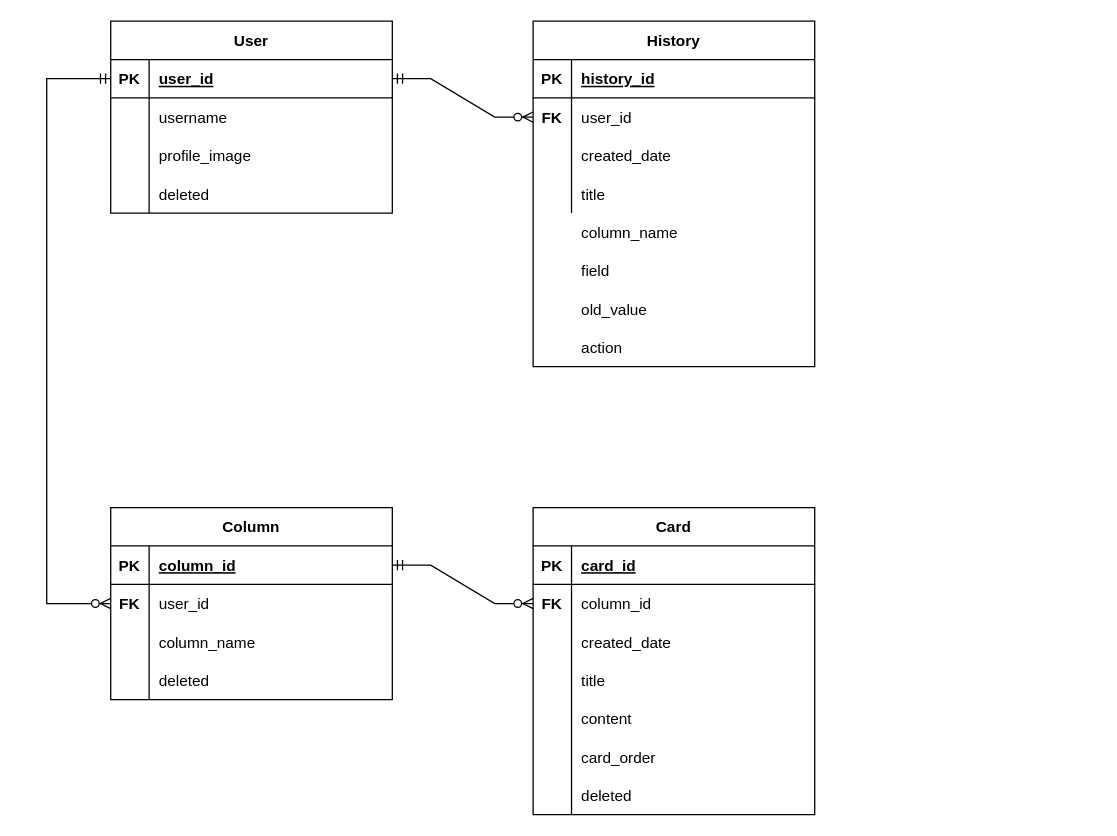
codesquad-members-2022/todo-list keeps this draw.io diagram as page "Schema" (2 of 2) of backend/diagram.drawio. Above is the earlier version. Source tidied: cells renumbered, new cells numbered last; positions are measured from the earlier drawing's top-left corner, leaving out a move shared by most shapes. Both pictures are drawn from the tidied source at 128%, with x=0, y=0 at pixel (46, 20).
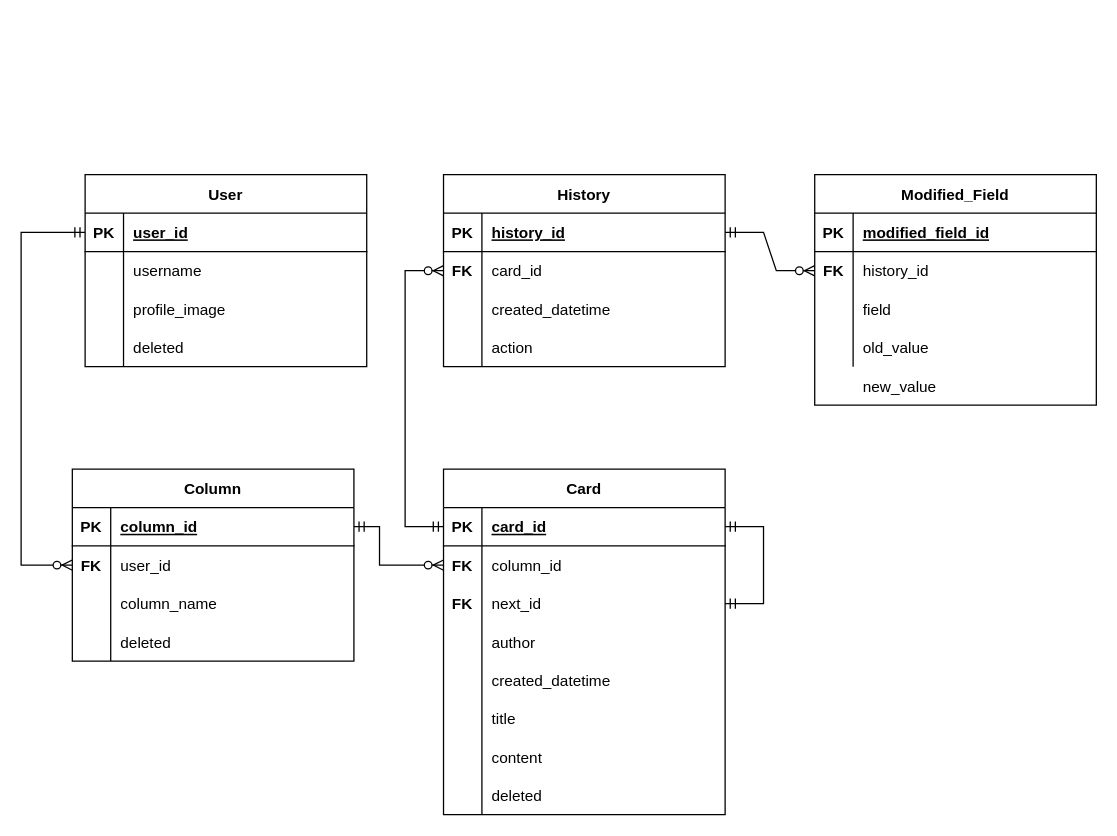
The same page after the edit.

The change refers to these unchanged cells:
```xml
<mxCell id="3" style="shape=tableRow;horizontal=0;startSize=0;swimlaneHead=0;swimlaneBody=0;fillColor=none;points=[[0,0.5],[1,0.5]];portConstraint=eastwest;top=0;left=0;right=0;bottom=1;" parent="2" vertex="1">
  <mxGeometry y="30" width="220" height="30" as="geometry" />
</mxCell>
<mxCell id="16" style="shape=tableRow;horizontal=0;startSize=0;swimlaneHead=0;swimlaneBody=0;fillColor=none;points=[[0,0.5],[1,0.5]];portConstraint=eastwest;top=0;left=0;right=0;bottom=1;" parent="15" vertex="1">
  <mxGeometry y="30" width="220" height="30" as="geometry" />
</mxCell>
<mxCell id="19" style="shape=tableRow;horizontal=0;startSize=0;swimlaneHead=0;swimlaneBody=0;fillColor=none;points=[[0,0.5],[1,0.5]];portConstraint=eastwest;top=0;left=0;right=0;bottom=0;" parent="15" vertex="1">
  <mxGeometry y="60" width="220" height="30" as="geometry" />
</mxCell>
<mxCell id="22" style="shape=tableRow;horizontal=0;startSize=0;swimlaneHead=0;swimlaneBody=0;fillColor=none;top=0;left=0;right=0;bottom=0;" parent="15" vertex="1">
  <mxGeometry y="90" width="220" height="30" as="geometry" />
</mxCell>
<mxCell id="25" style="shape=tableRow;horizontal=0;startSize=0;swimlaneHead=0;swimlaneBody=0;fillColor=none;top=0;left=0;right=0;bottom=0;" parent="15" vertex="1">
  <mxGeometry y="120" width="220" height="30" as="geometry" />
</mxCell>
<mxCell id="31" style="shape=tableRow;horizontal=0;startSize=0;swimlaneHead=0;swimlaneBody=0;fillColor=none;points=[[0,0.5],[1,0.5]];portConstraint=eastwest;top=0;left=0;right=0;bottom=1;" parent="30" vertex="1">
  <mxGeometry y="30" width="220" height="30" as="geometry" />
</mxCell>
<mxCell id="34" style="shape=tableRow;horizontal=0;startSize=0;swimlaneHead=0;swimlaneBody=0;fillColor=none;points=[[0,0.5],[1,0.5]];portConstraint=eastwest;top=0;left=0;right=0;bottom=0;" parent="30" vertex="1">
  <mxGeometry y="60" width="220" height="30" as="geometry" />
</mxCell>
<mxCell id="44" style="shape=tableRow;horizontal=0;startSize=0;swimlaneHead=0;swimlaneBody=0;fillColor=none;points=[[0,0.5],[1,0.5]];portConstraint=eastwest;top=0;left=0;right=0;bottom=1;" parent="43" vertex="1">
  <mxGeometry y="30" width="220" height="30" as="geometry" />
</mxCell>
<mxCell id="47" style="shape=tableRow;horizontal=0;startSize=0;swimlaneHead=0;swimlaneBody=0;fillColor=none;points=[[0,0.5],[1,0.5]];portConstraint=eastwest;top=0;left=0;right=0;bottom=0;" parent="43" vertex="1">
  <mxGeometry y="60" width="220" height="30" as="geometry" />
</mxCell>
<mxCell id="50" style="shape=tableRow;horizontal=0;startSize=0;swimlaneHead=0;swimlaneBody=0;fillColor=none;points=[[0,0.5],[1,0.5]];portConstraint=eastwest;top=0;left=0;right=0;bottom=0;" parent="43" vertex="1">
  <mxGeometry y="90" width="220" height="30" as="geometry" />
</mxCell>
<mxCell id="53" style="shape=tableRow;horizontal=0;startSize=0;swimlaneHead=0;swimlaneBody=0;fillColor=none;top=0;left=0;right=0;bottom=0;" parent="43" vertex="1">
  <mxGeometry y="120" width="220" height="30" as="geometry" />
</mxCell>
<mxCell id="56" style="shape=tableRow;horizontal=0;startSize=0;swimlaneHead=0;swimlaneBody=0;fillColor=none;top=0;left=0;right=0;bottom=0;" parent="43" vertex="1">
  <mxGeometry y="150" width="220" height="30" as="geometry" />
</mxCell>
<mxCell id="59" style="shape=tableRow;horizontal=0;startSize=0;swimlaneHead=0;swimlaneBody=0;fillColor=none;top=0;left=0;right=0;bottom=0;" parent="43" vertex="1">
  <mxGeometry y="180" width="220" height="30" as="geometry" />
</mxCell>
<mxCell id="62" style="shape=tableRow;horizontal=0;startSize=0;swimlaneHead=0;swimlaneBody=0;fillColor=none;top=0;left=0;right=0;bottom=0;" parent="43" vertex="1">
  <mxGeometry y="210" width="220" height="30" as="geometry" />
</mxCell>
```

Change to the diagram source:
```diff
@@
     <mxCell id="2" value="User" style="shape=table;startSize=30;childLayout=tableLayout;rowLines=0;fontStyle=1;align=center;" parent="1" vertex="1">
-      <mxGeometry x="50" width="220" height="150" as="geometry" />
+      <mxGeometry x="30" y="120" width="220" height="150" as="geometry" />
     </mxCell>
@@
     <mxCell id="15" value="History" style="shape=table;startSize=30;childLayout=tableLayout;rowLines=0;fontStyle=1;align=center;" parent="1" vertex="1">
-      <mxGeometry x="380" width="220" height="270" as="geometry" />
+      <mxGeometry x="310" y="120" width="220" height="150" as="geometry" />
     </mxCell>
@@
-    <mxCell id="21" value="user_id" style="shape=partialRectangle;fillColor=none;top=0;left=0;bottom=0;right=0;align=left;spacingLeft=6;overflow=hidden;" parent="19" vertex="1">
+    <mxCell id="21" value="card_id" style="shape=partialRectangle;fillColor=none;top=0;left=0;bottom=0;right=0;align=left;spacingLeft=6;overflow=hidden;" parent="19" vertex="1">
       <mxGeometry x="30" width="190" height="30" as="geometry" />
     </mxCell>
@@
-    <mxCell id="24" value="created_date" style="shape=partialRectangle;fillColor=none;top=0;left=0;bottom=0;right=0;align=left;spacingLeft=6;overflow=hidden;" parent="22" vertex="1">
+    <mxCell id="24" value="created_datetime" style="shape=partialRectangle;fillColor=none;top=0;left=0;bottom=0;right=0;align=left;spacingLeft=6;overflow=hidden;" parent="22" vertex="1">
       <mxGeometry x="30" width="190" height="30" as="geometry" />
     </mxCell>
@@
-    <mxCell id="27" value="title" style="shape=partialRectangle;fillColor=none;top=0;left=0;bottom=0;right=0;align=left;spacingLeft=6;overflow=hidden;" parent="25" vertex="1">
+    <mxCell id="27" value="action" style="shape=partialRectangle;fillColor=none;top=0;left=0;bottom=0;right=0;align=left;spacingLeft=6;overflow=hidden;" parent="25" vertex="1">
       <mxGeometry x="30" width="190" height="30" as="geometry" />
     </mxCell>
-    <mxCell id="28" style="shape=tableRow;horizontal=0;startSize=0;swimlaneHead=0;swimlaneBody=0;fillColor=none;top=0;left=0;right=0;bottom=0;" parent="1" vertex="1">
-      <mxGeometry x="380" y="150" width="220" height="30" as="geometry" />
-    </mxCell>
-    <mxCell id="29" style="shape=partialRectangle;fillColor=none;top=0;left=0;bottom=0;right=0;overflow=hidden;" parent="28" vertex="1">
-      <mxGeometry width="30" height="30" as="geometry" />
-    </mxCell>
     <mxCell id="30" value="Column" style="shape=table;startSize=30;childLayout=tableLayout;rowLines=0;fontStyle=1;align=center;" parent="1" vertex="1">
-      <mxGeometry x="50" y="380" width="220" height="150" as="geometry" />
+      <mxGeometry x="20" y="350" width="220" height="150" as="geometry" />
     </mxCell>
@@
     <mxCell id="43" value="Card" style="shape=table;startSize=30;childLayout=tableLayout;rowLines=0;fontStyle=1;align=center;" parent="1" vertex="1">
-      <mxGeometry x="380" y="380" width="220" height="240" as="geometry" />
+      <mxGeometry x="310" y="350" width="220" height="270" as="geometry" />
     </mxCell>
@@
-    <mxCell id="51" value="            " style="shape=partialRectangle;fillColor=none;top=0;left=0;bottom=0;right=0;overflow=hidden;" parent="50" vertex="1">
+    <mxCell id="51" value="FK" style="shape=partialRectangle;fillColor=none;top=0;left=0;bottom=0;right=0;overflow=hidden;fontStyle=1;" parent="50" vertex="1">
       <mxGeometry width="30" height="30" as="geometry" />
     </mxCell>
-    <mxCell id="52" value="created_date" style="shape=partialRectangle;fillColor=none;top=0;left=0;bottom=0;right=0;align=left;spacingLeft=6;overflow=hidden;" parent="50" vertex="1">
+    <mxCell id="52" value="next_id" style="shape=partialRectangle;fillColor=none;top=0;left=0;bottom=0;right=0;align=left;spacingLeft=6;overflow=hidden;" parent="50" vertex="1">
       <mxGeometry x="30" width="190" height="30" as="geometry" />
     </mxCell>
@@
-    <mxCell id="55" value="title" style="shape=partialRectangle;fillColor=none;top=0;left=0;bottom=0;right=0;align=left;spacingLeft=6;overflow=hidden;" parent="53" vertex="1">
+    <mxCell id="55" value="author " style="shape=partialRectangle;fillColor=none;top=0;left=0;bottom=0;right=0;align=left;spacingLeft=6;overflow=hidden;" parent="53" vertex="1">
       <mxGeometry x="30" width="190" height="30" as="geometry" />
     </mxCell>
@@
-    <mxCell id="58" value="content" style="shape=partialRectangle;fillColor=none;top=0;left=0;bottom=0;right=0;align=left;spacingLeft=6;overflow=hidden;" parent="56" vertex="1">
+    <mxCell id="58" value="created_datetime" style="shape=partialRectangle;fillColor=none;top=0;left=0;bottom=0;right=0;align=left;spacingLeft=6;overflow=hidden;" parent="56" vertex="1">
       <mxGeometry x="30" width="190" height="30" as="geometry" />
     </mxCell>
@@
-    <mxCell id="61" value="card_order" style="shape=partialRectangle;fillColor=none;top=0;left=0;bottom=0;right=0;align=left;spacingLeft=6;overflow=hidden;" parent="59" vertex="1">
+    <mxCell id="61" value="title" style="shape=partialRectangle;fillColor=none;top=0;left=0;bottom=0;right=0;align=left;spacingLeft=6;overflow=hidden;" parent="59" vertex="1">
       <mxGeometry x="30" width="190" height="30" as="geometry" />
     </mxCell>
@@
-    <mxCell id="64" value="deleted" style="shape=partialRectangle;fillColor=none;top=0;left=0;bottom=0;right=0;align=left;spacingLeft=6;overflow=hidden;" parent="62" vertex="1">
+    <mxCell id="64" value="content" style="shape=partialRectangle;fillColor=none;top=0;left=0;bottom=0;right=0;align=left;spacingLeft=6;overflow=hidden;" parent="62" vertex="1">
       <mxGeometry x="30" width="190" height="30" as="geometry" />
     </mxCell>
-    <mxCell id="65" style="edgeStyle=entityRelationEdgeStyle;fontSize=12;html=1;endArrow=ERzeroToMany;startArrow=ERmandOne;rounded=0;entryX=0;entryY=0.5;entryDx=0;entryDy=0;exitX=1;exitY=0.5;exitDx=0;exitDy=0;" parent="1" edge="1" source="3" target="19">
-      <mxGeometry relative="1" as="geometry" />
-    </mxCell>
+    <mxCell id="80" style="shape=tableRow;horizontal=0;startSize=0;swimlaneHead=0;swimlaneBody=0;fillColor=none;top=0;left=0;right=0;bottom=0;" parent="43" vertex="1">
+      <mxGeometry y="240" width="220" height="30" as="geometry" />
+    </mxCell>
+    <mxCell id="81" style="shape=partialRectangle;fillColor=none;top=0;left=0;bottom=0;right=0;overflow=hidden;" parent="80" vertex="1">
+      <mxGeometry width="30" height="30" as="geometry" />
+    </mxCell>
+    <mxCell id="82" value="deleted" style="shape=partialRectangle;fillColor=none;top=0;left=0;bottom=0;right=0;align=left;spacingLeft=6;overflow=hidden;" parent="80" vertex="1">
+      <mxGeometry x="30" width="190" height="30" as="geometry" />
+    </mxCell>
+    <mxCell id="83" style="edgeStyle=entityRelationEdgeStyle;fontSize=12;html=1;endArrow=ERmandOne;startArrow=ERmandOne;rounded=0;entryX=1;entryY=0.5;entryDx=0;entryDy=0;exitX=1;exitY=0.5;exitDx=0;exitDy=0;" parent="43" edge="1" source="50" target="44">
+      <mxGeometry relative="1" as="geometry" />
+    </mxCell>
     <mxCell id="66" style="edgeStyle=orthogonalEdgeStyle;fontSize=12;html=1;endArrow=ERzeroToMany;startArrow=ERmandOne;rounded=0;entryX=0;entryY=0.5;entryDx=0;entryDy=0;exitX=0;exitY=0.5;exitDx=0;exitDy=0;" parent="1" edge="1" source="3" target="34">
       <mxGeometry relative="1" as="geometry">
         <Array as="points">
-          <mxPoint y="45" />
-          <mxPoint y="455" />
+          <mxPoint x="-20" y="165" />
+          <mxPoint x="-20" y="425" />
         </Array>
       </mxGeometry>
     </mxCell>
-    <mxCell id="67" style="edgeStyle=entityRelationEdgeStyle;fontSize=12;html=1;endArrow=ERzeroToMany;startArrow=ERmandOne;rounded=0;entryX=0;entryY=0.5;entryDx=0;entryDy=0;exitX=1;exitY=0.5;exitDx=0;exitDy=0;" parent="1" edge="1" source="31" target="47">
-      <mxGeometry relative="1" as="geometry" />
+    <mxCell id="67" style="edgeStyle=elbowEdgeStyle;fontSize=12;html=1;endArrow=ERzeroToMany;startArrow=ERmandOne;rounded=0;entryX=0;entryY=0.5;entryDx=0;entryDy=0;exitX=1;exitY=0.5;exitDx=0;exitDy=0;" parent="1" edge="1" source="31" target="47">
+      <mxGeometry relative="1" as="geometry">
+        <Array as="points">
+          <mxPoint x="260" y="410" />
+        </Array>
+      </mxGeometry>
     </mxCell>
-    <mxCell id="68" style="shape=tableRow;horizontal=0;startSize=0;swimlaneHead=0;swimlaneBody=0;fillColor=none;top=0;left=0;right=0;bottom=0;" parent="1" vertex="1">
-      <mxGeometry x="380" y="150" width="220" height="30" as="geometry" />
-    </mxCell>
-    <mxCell id="69" style="shape=partialRectangle;fillColor=none;top=0;left=0;bottom=0;right=0;overflow=hidden;" parent="68" vertex="1">
-      <mxGeometry width="30" height="30" as="geometry" />
-    </mxCell>
-    <mxCell id="70" value="column_name" style="shape=partialRectangle;fillColor=none;top=0;left=0;bottom=0;right=0;align=left;spacingLeft=6;overflow=hidden;" parent="68" vertex="1">
-      <mxGeometry x="30" width="190" height="30" as="geometry" />
-    </mxCell>
-    <mxCell id="71" style="shape=tableRow;horizontal=0;startSize=0;swimlaneHead=0;swimlaneBody=0;fillColor=none;top=0;left=0;right=0;bottom=0;" parent="1" vertex="1">
-      <mxGeometry x="380" y="180" width="220" height="30" as="geometry" />
-    </mxCell>
-    <mxCell id="72" style="shape=partialRectangle;fillColor=none;top=0;left=0;bottom=0;right=0;overflow=hidden;" parent="71" vertex="1">
-      <mxGeometry width="30" height="30" as="geometry" />
-    </mxCell>
+    <mxCell id="84" style="group;" parent="1" vertex="1">
+      <mxGeometry x="600" y="120" width="220" height="180" as="geometry" />
+    </mxCell>
+    <mxCell id="85" value="Modified_Field" style="shape=table;startSize=30;childLayout=tableLayout;rowLines=0;fontStyle=1;align=center;" parent="84" vertex="1">
+      <mxGeometry width="220" height="180" as="geometry" />
+    </mxCell>
+    <mxCell id="86" style="shape=tableRow;horizontal=0;startSize=0;swimlaneHead=0;swimlaneBody=0;fillColor=none;top=0;left=0;right=0;bottom=1;" parent="85" vertex="1">
+      <mxGeometry y="30" width="220" height="30" as="geometry" />
+    </mxCell>
+    <mxCell id="87" value="PK" style="shape=partialRectangle;fillColor=none;top=0;left=0;bottom=0;right=0;fontStyle=1;overflow=hidden;" parent="86" vertex="1">
+      <mxGeometry width="30" height="30" as="geometry" />
+    </mxCell>
+    <mxCell id="88" value="modified_field_id" style="shape=partialRectangle;fillColor=none;top=0;left=0;bottom=0;right=0;align=left;spacingLeft=6;fontStyle=5;overflow=hidden;" parent="86" vertex="1">
+      <mxGeometry x="30" width="190" height="30" as="geometry" />
+    </mxCell>
+    <mxCell id="89" style="shape=tableRow;horizontal=0;startSize=0;swimlaneHead=0;swimlaneBody=0;fillColor=none;points=[[0,0.5],[1,0.5]];portConstraint=eastwest;top=0;left=0;right=0;bottom=0;" parent="85" vertex="1">
+      <mxGeometry y="60" width="220" height="30" as="geometry" />
+    </mxCell>
+    <mxCell id="90" value="FK" style="shape=partialRectangle;fillColor=none;top=0;left=0;bottom=0;right=0;overflow=hidden;fontStyle=1;" parent="89" vertex="1">
+      <mxGeometry width="30" height="30" as="geometry" />
+    </mxCell>
+    <mxCell id="91" value="history_id" style="shape=partialRectangle;fillColor=none;top=0;left=0;bottom=0;right=0;align=left;spacingLeft=6;overflow=hidden;" parent="89" vertex="1">
+      <mxGeometry x="30" width="190" height="30" as="geometry" />
+    </mxCell>
+    <mxCell id="92" style="shape=tableRow;horizontal=0;startSize=0;swimlaneHead=0;swimlaneBody=0;fillColor=none;top=0;left=0;right=0;bottom=0;" parent="85" vertex="1">
+      <mxGeometry y="90" width="220" height="30" as="geometry" />
+    </mxCell>
+    <mxCell id="93" value="            " style="shape=partialRectangle;fillColor=none;top=0;left=0;bottom=0;right=0;overflow=hidden;" parent="92" vertex="1">
+      <mxGeometry width="30" height="30" as="geometry" />
+    </mxCell>
-    <mxCell id="73" value="field" style="shape=partialRectangle;fillColor=none;top=0;left=0;bottom=0;right=0;align=left;spacingLeft=6;overflow=hidden;" parent="71" vertex="1">
+    <mxCell id="73" value="field" style="shape=partialRectangle;fillColor=none;top=0;left=0;bottom=0;right=0;align=left;spacingLeft=6;overflow=hidden;" parent="92" vertex="1">
       <mxGeometry x="30" width="190" height="30" as="geometry" />
     </mxCell>
-    <mxCell id="74" style="shape=tableRow;horizontal=0;startSize=0;swimlaneHead=0;swimlaneBody=0;fillColor=none;top=0;left=0;right=0;bottom=0;" parent="1" vertex="1">
-      <mxGeometry x="380" y="210" width="220" height="30" as="geometry" />
-    </mxCell>
-    <mxCell id="75" style="shape=partialRectangle;fillColor=none;top=0;left=0;bottom=0;right=0;overflow=hidden;" parent="74" vertex="1">
-      <mxGeometry width="30" height="30" as="geometry" />
-    </mxCell>
+    <mxCell id="94" style="shape=tableRow;horizontal=0;startSize=0;swimlaneHead=0;swimlaneBody=0;fillColor=none;top=0;left=0;right=0;bottom=0;" parent="85" vertex="1">
+      <mxGeometry y="120" width="220" height="30" as="geometry" />
+    </mxCell>
+    <mxCell id="95" style="shape=partialRectangle;fillColor=none;top=0;left=0;bottom=0;right=0;overflow=hidden;" parent="94" vertex="1">
+      <mxGeometry width="30" height="30" as="geometry" />
+    </mxCell>
-    <mxCell id="76" value="old_value" style="shape=partialRectangle;fillColor=none;top=0;left=0;bottom=0;right=0;align=left;spacingLeft=6;overflow=hidden;" parent="74" vertex="1">
+    <mxCell id="76" value="old_value" style="shape=partialRectangle;fillColor=none;top=0;left=0;bottom=0;right=0;align=left;spacingLeft=6;overflow=hidden;" parent="94" vertex="1">
       <mxGeometry x="30" width="190" height="30" as="geometry" />
     </mxCell>
-    <mxCell id="77" style="shape=tableRow;horizontal=0;startSize=0;swimlaneHead=0;swimlaneBody=0;fillColor=none;top=0;left=0;right=0;bottom=0;" parent="1" vertex="1">
-      <mxGeometry x="380" y="240" width="220" height="30" as="geometry" />
-    </mxCell>
-    <mxCell id="78" style="shape=partialRectangle;fillColor=none;top=0;left=0;bottom=0;right=0;overflow=hidden;" parent="77" vertex="1">
-      <mxGeometry width="30" height="30" as="geometry" />
-    </mxCell>
-    <mxCell id="79" value="action" style="shape=partialRectangle;fillColor=none;top=0;left=0;bottom=0;right=0;align=left;spacingLeft=6;overflow=hidden;" parent="77" vertex="1">
-      <mxGeometry x="30" width="190" height="30" as="geometry" />
-    </mxCell>
+    <mxCell id="96" style="shape=tableRow;horizontal=0;startSize=0;swimlaneHead=0;swimlaneBody=0;fillColor=none;top=0;left=0;right=0;bottom=0;" parent="84" vertex="1">
+      <mxGeometry y="150" width="220" height="30" as="geometry" />
+    </mxCell>
+    <mxCell id="97" style="shape=partialRectangle;fillColor=none;top=0;left=0;bottom=0;right=0;overflow=hidden;" parent="96" vertex="1">
+      <mxGeometry width="30" height="30" as="geometry" />
+    </mxCell>
+    <mxCell id="98" value="new_value" style="shape=partialRectangle;fillColor=none;top=0;left=0;bottom=0;right=0;align=left;spacingLeft=6;overflow=hidden;" parent="96" vertex="1">
+      <mxGeometry x="30" width="190" height="30" as="geometry" />
+    </mxCell>
+    <mxCell id="99" style="edgeStyle=orthogonalEdgeStyle;fontSize=12;html=1;endArrow=ERzeroToMany;startArrow=ERmandOne;rounded=0;entryX=0;entryY=0.5;entryDx=0;entryDy=0;exitX=0;exitY=0.5;exitDx=0;exitDy=0;" parent="1" edge="1" source="44" target="19">
+      <mxGeometry relative="1" as="geometry">
+        <Array as="points">
+          <mxPoint x="280" y="395" />
+          <mxPoint x="280" y="195" />
+        </Array>
+      </mxGeometry>
+    </mxCell>
+    <mxCell id="100" style="edgeStyle=entityRelationEdgeStyle;fontSize=12;html=1;endArrow=ERzeroToMany;startArrow=ERmandOne;rounded=0;entryX=0;entryY=0.5;entryDx=0;entryDy=0;exitX=1;exitY=0.5;exitDx=0;exitDy=0;" parent="1" edge="1" source="16" target="89">
+      <mxGeometry relative="1" as="geometry" />
+    </mxCell>
```
